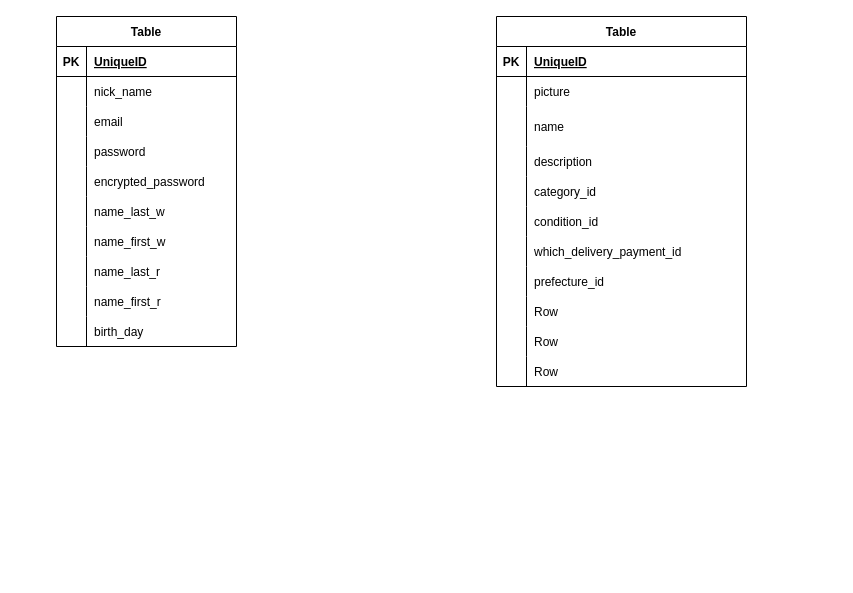
Before: data_setting.dio in Takenoko463/furima40517, a draw.io diagram. Source tidied: cells renumbered, new cells numbered last; positions are measured from the earlier drawing's top-left corner, leaving out a move shared by most shapes. Both pictures are drawn from the tidied source at 100%, with x=0, y=0 at pixel (56, 16).
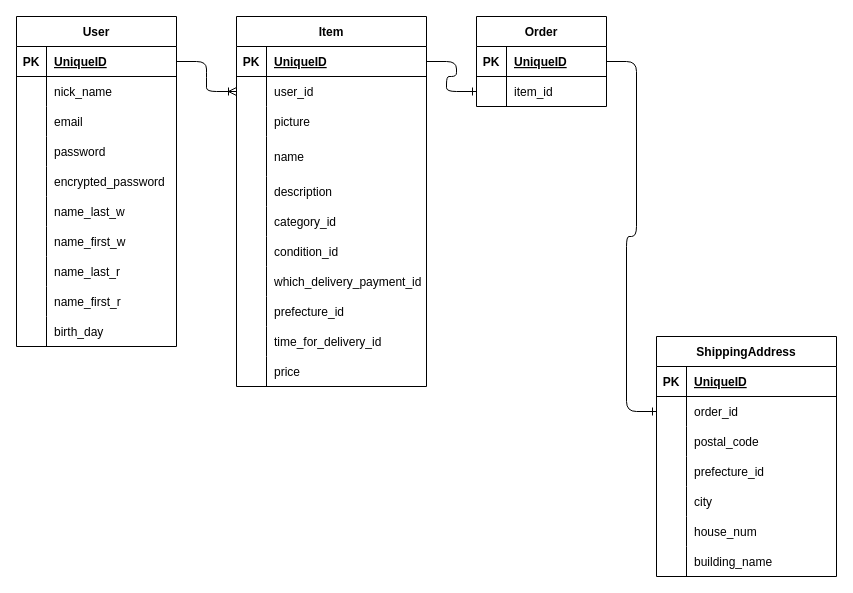
The same diagram, later.

Commit message (it also covers changes not shown here):
データの全体像を図示

The edit, as a diff of the source:
```diff
@@
-    <mxCell id="2" value="Table" style="shape=table;startSize=30;childLayout=tableLayout;rowLines=0;fontStyle=1;align=center;" parent="1" vertex="1">
-      <mxGeometry width="180" height="330" as="geometry" />
+    <mxCell id="2" value="User" style="shape=table;startSize=30;childLayout=tableLayout;rowLines=0;fontStyle=1;align=center;" parent="1" vertex="1">
+      <mxGeometry x="-40" width="160" height="330" as="geometry" />
     </mxCell>
     <mxCell id="3" style="shape=tableRow;horizontal=0;startSize=0;swimlaneHead=0;swimlaneBody=0;fillColor=none;points=[[0,0.5],[1,0.5]];portConstraint=eastwest;top=0;left=0;right=0;bottom=1;" parent="2" vertex="1">
-      <mxGeometry y="30" width="180" height="30" as="geometry" />
+      <mxGeometry y="30" width="160" height="30" as="geometry" />
     </mxCell>
@@
     <mxCell id="5" value="UniqueID" style="shape=partialRectangle;fillColor=none;top=0;left=0;bottom=0;right=0;align=left;spacingLeft=6;fontStyle=5;overflow=hidden;" parent="3" vertex="1">
-      <mxGeometry x="30" width="150" height="30" as="geometry" />
+      <mxGeometry x="30" width="130" height="30" as="geometry" />
     </mxCell>
     <mxCell id="6" style="shape=tableRow;horizontal=0;startSize=0;swimlaneHead=0;swimlaneBody=0;fillColor=none;top=0;left=0;right=0;bottom=0;" parent="2" vertex="1">
-      <mxGeometry y="60" width="180" height="30" as="geometry" />
+      <mxGeometry y="60" width="160" height="30" as="geometry" />
     </mxCell>
@@
     <mxCell id="8" value="nick_name" style="shape=partialRectangle;fillColor=none;top=0;left=0;bottom=0;right=0;align=left;spacingLeft=6;overflow=hidden;" parent="6" vertex="1">
-      <mxGeometry x="30" width="150" height="30" as="geometry" />
+      <mxGeometry x="30" width="130" height="30" as="geometry" />
     </mxCell>
     <mxCell id="9" style="shape=tableRow;horizontal=0;startSize=0;swimlaneHead=0;swimlaneBody=0;fillColor=none;top=0;left=0;right=0;bottom=0;" parent="2" vertex="1">
-      <mxGeometry y="90" width="180" height="30" as="geometry" />
+      <mxGeometry y="90" width="160" height="30" as="geometry" />
     </mxCell>
@@
     <mxCell id="11" value="email" style="shape=partialRectangle;fillColor=none;top=0;left=0;bottom=0;right=0;align=left;spacingLeft=6;overflow=hidden;" parent="9" vertex="1">
-      <mxGeometry x="30" width="150" height="30" as="geometry" />
+      <mxGeometry x="30" width="130" height="30" as="geometry" />
     </mxCell>
     <mxCell id="12" style="shape=tableRow;horizontal=0;startSize=0;swimlaneHead=0;swimlaneBody=0;fillColor=none;top=0;left=0;right=0;bottom=0;" parent="2" vertex="1">
-      <mxGeometry y="120" width="180" height="30" as="geometry" />
+      <mxGeometry y="120" width="160" height="30" as="geometry" />
     </mxCell>
@@
     <mxCell id="14" value="password" style="shape=partialRectangle;fillColor=none;top=0;left=0;bottom=0;right=0;align=left;spacingLeft=6;overflow=hidden;" parent="12" vertex="1">
-      <mxGeometry x="30" width="150" height="30" as="geometry" />
+      <mxGeometry x="30" width="130" height="30" as="geometry" />
     </mxCell>
     <mxCell id="15" style="shape=tableRow;horizontal=0;startSize=0;swimlaneHead=0;swimlaneBody=0;fillColor=none;top=0;left=0;right=0;bottom=0;" parent="2" vertex="1">
-      <mxGeometry y="150" width="180" height="30" as="geometry" />
+      <mxGeometry y="150" width="160" height="30" as="geometry" />
     </mxCell>
@@
     <mxCell id="17" value="encrypted_password" style="shape=partialRectangle;fillColor=none;top=0;left=0;bottom=0;right=0;align=left;spacingLeft=6;overflow=hidden;" parent="15" vertex="1">
-      <mxGeometry x="30" width="150" height="30" as="geometry" />
+      <mxGeometry x="30" width="130" height="30" as="geometry" />
     </mxCell>
     <mxCell id="18" style="shape=tableRow;horizontal=0;startSize=0;swimlaneHead=0;swimlaneBody=0;fillColor=none;top=0;left=0;right=0;bottom=0;" parent="2" vertex="1">
-      <mxGeometry y="180" width="180" height="30" as="geometry" />
+      <mxGeometry y="180" width="160" height="30" as="geometry" />
     </mxCell>
@@
     <mxCell id="20" value="name_last_w" style="shape=partialRectangle;fillColor=none;top=0;left=0;bottom=0;right=0;align=left;spacingLeft=6;overflow=hidden;" parent="18" vertex="1">
-      <mxGeometry x="30" width="150" height="30" as="geometry" />
+      <mxGeometry x="30" width="130" height="30" as="geometry" />
     </mxCell>
     <mxCell id="21" style="shape=tableRow;horizontal=0;startSize=0;swimlaneHead=0;swimlaneBody=0;fillColor=none;top=0;left=0;right=0;bottom=0;" parent="2" vertex="1">
-      <mxGeometry y="210" width="180" height="30" as="geometry" />
+      <mxGeometry y="210" width="160" height="30" as="geometry" />
     </mxCell>
@@
     <mxCell id="23" value="name_first_w" style="shape=partialRectangle;fillColor=none;top=0;left=0;bottom=0;right=0;align=left;spacingLeft=6;overflow=hidden;" parent="21" vertex="1">
-      <mxGeometry x="30" width="150" height="30" as="geometry" />
+      <mxGeometry x="30" width="130" height="30" as="geometry" />
     </mxCell>
     <mxCell id="24" style="shape=tableRow;horizontal=0;startSize=0;swimlaneHead=0;swimlaneBody=0;fillColor=none;top=0;left=0;right=0;bottom=0;" parent="2" vertex="1">
-      <mxGeometry y="240" width="180" height="30" as="geometry" />
+      <mxGeometry y="240" width="160" height="30" as="geometry" />
     </mxCell>
@@
     <mxCell id="26" value="name_last_r" style="shape=partialRectangle;fillColor=none;top=0;left=0;bottom=0;right=0;align=left;spacingLeft=6;overflow=hidden;" parent="24" vertex="1">
-      <mxGeometry x="30" width="150" height="30" as="geometry" />
+      <mxGeometry x="30" width="130" height="30" as="geometry" />
     </mxCell>
     <mxCell id="27" style="shape=tableRow;horizontal=0;startSize=0;swimlaneHead=0;swimlaneBody=0;fillColor=none;top=0;left=0;right=0;bottom=0;" parent="2" vertex="1">
-      <mxGeometry y="270" width="180" height="30" as="geometry" />
+      <mxGeometry y="270" width="160" height="30" as="geometry" />
     </mxCell>
@@
     <mxCell id="29" value="name_first_r" style="shape=partialRectangle;fillColor=none;top=0;left=0;bottom=0;right=0;align=left;spacingLeft=6;overflow=hidden;" parent="27" vertex="1">
-      <mxGeometry x="30" width="150" height="30" as="geometry" />
+      <mxGeometry x="30" width="130" height="30" as="geometry" />
     </mxCell>
     <mxCell id="30" style="shape=tableRow;horizontal=0;startSize=0;swimlaneHead=0;swimlaneBody=0;fillColor=none;top=0;left=0;right=0;bottom=0;" parent="2" vertex="1">
-      <mxGeometry y="300" width="180" height="30" as="geometry" />
+      <mxGeometry y="300" width="160" height="30" as="geometry" />
     </mxCell>
@@
     <mxCell id="32" value="birth_day" style="shape=partialRectangle;fillColor=none;top=0;left=0;bottom=0;right=0;align=left;spacingLeft=6;overflow=hidden;" parent="30" vertex="1">
-      <mxGeometry x="30" width="150" height="30" as="geometry" />
+      <mxGeometry x="30" width="130" height="30" as="geometry" />
     </mxCell>
-    <mxCell id="33" value="Table" style="shape=table;startSize=30;childLayout=tableLayout;rowLines=0;fontStyle=1;align=center;" parent="1" vertex="1">
-      <mxGeometry x="440" width="250" height="370" as="geometry" />
+    <mxCell id="33" value="Item" style="shape=table;startSize=30;childLayout=tableLayout;rowLines=0;fontStyle=1;align=center;" parent="1" vertex="1">
+      <mxGeometry x="180" width="190" height="370" as="geometry" />
     </mxCell>
     <mxCell id="34" style="shape=tableRow;horizontal=0;startSize=0;swimlaneHead=0;swimlaneBody=0;fillColor=none;points=[[0,0.5],[1,0.5]];portConstraint=eastwest;top=0;left=0;right=0;bottom=1;" parent="33" vertex="1">
-      <mxGeometry y="30" width="250" height="30" as="geometry" />
+      <mxGeometry y="30" width="190" height="30" as="geometry" />
     </mxCell>
@@
     <mxCell id="36" value="UniqueID" style="shape=partialRectangle;fillColor=none;top=0;left=0;bottom=0;right=0;align=left;spacingLeft=6;fontStyle=5;overflow=hidden;" parent="34" vertex="1">
-      <mxGeometry x="30" width="220" height="30" as="geometry" />
+      <mxGeometry x="30" width="160" height="30" as="geometry" />
     </mxCell>
+    <mxCell id="64" style="shape=tableRow;horizontal=0;startSize=0;swimlaneHead=0;swimlaneBody=0;fillColor=none;points=[[0,0.5],[1,0.5]];portConstraint=eastwest;top=0;left=0;right=0;bottom=0;" parent="33" vertex="1">
+      <mxGeometry y="60" width="190" height="30" as="geometry" />
+    </mxCell>
+    <mxCell id="65" style="shape=partialRectangle;fillColor=none;top=0;left=0;bottom=0;right=0;overflow=hidden;" parent="64" vertex="1">
+      <mxGeometry width="30" height="30" as="geometry" />
+    </mxCell>
+    <mxCell id="66" value="user_id" style="shape=partialRectangle;fillColor=none;top=0;left=0;bottom=0;right=0;align=left;spacingLeft=6;overflow=hidden;" parent="64" vertex="1">
+      <mxGeometry x="30" width="160" height="30" as="geometry" />
+    </mxCell>
     <mxCell id="37" style="shape=tableRow;horizontal=0;startSize=0;swimlaneHead=0;swimlaneBody=0;fillColor=none;top=0;left=0;right=0;bottom=0;" parent="33" vertex="1">
-      <mxGeometry y="60" width="250" height="30" as="geometry" />
+      <mxGeometry y="90" width="190" height="30" as="geometry" />
     </mxCell>
@@
     <mxCell id="39" value="picture" style="shape=partialRectangle;fillColor=none;top=0;left=0;bottom=0;right=0;align=left;spacingLeft=6;overflow=hidden;" parent="37" vertex="1">
-      <mxGeometry x="30" width="220" height="30" as="geometry" />
+      <mxGeometry x="30" width="160" height="30" as="geometry" />
     </mxCell>
     <mxCell id="40" style="shape=tableRow;horizontal=0;startSize=0;swimlaneHead=0;swimlaneBody=0;fillColor=none;top=0;left=0;right=0;bottom=0;" parent="33" vertex="1">
-      <mxGeometry y="90" width="250" height="40" as="geometry" />
+      <mxGeometry y="120" width="190" height="40" as="geometry" />
     </mxCell>
@@
     <mxCell id="42" value="name" style="shape=partialRectangle;fillColor=none;top=0;left=0;bottom=0;right=0;align=left;spacingLeft=6;overflow=hidden;" parent="40" vertex="1">
-      <mxGeometry x="30" width="220" height="40" as="geometry" />
+      <mxGeometry x="30" width="160" height="40" as="geometry" />
     </mxCell>
     <mxCell id="43" style="shape=tableRow;horizontal=0;startSize=0;swimlaneHead=0;swimlaneBody=0;fillColor=none;top=0;left=0;right=0;bottom=0;" parent="33" vertex="1">
-      <mxGeometry y="130" width="250" height="30" as="geometry" />
+      <mxGeometry y="160" width="190" height="30" as="geometry" />
     </mxCell>
@@
     <mxCell id="45" value="description" style="shape=partialRectangle;fillColor=none;top=0;left=0;bottom=0;right=0;align=left;spacingLeft=6;overflow=hidden;" parent="43" vertex="1">
-      <mxGeometry x="30" width="220" height="30" as="geometry" />
+      <mxGeometry x="30" width="160" height="30" as="geometry" />
     </mxCell>
     <mxCell id="46" style="shape=tableRow;horizontal=0;startSize=0;swimlaneHead=0;swimlaneBody=0;fillColor=none;top=0;left=0;right=0;bottom=0;" parent="33" vertex="1">
-      <mxGeometry y="160" width="250" height="30" as="geometry" />
+      <mxGeometry y="190" width="190" height="30" as="geometry" />
     </mxCell>
@@
     <mxCell id="48" value="category_id" style="shape=partialRectangle;fillColor=none;top=0;left=0;bottom=0;right=0;align=left;spacingLeft=6;overflow=hidden;" parent="46" vertex="1">
-      <mxGeometry x="30" width="220" height="30" as="geometry" />
+      <mxGeometry x="30" width="160" height="30" as="geometry" />
     </mxCell>
     <mxCell id="49" style="shape=tableRow;horizontal=0;startSize=0;swimlaneHead=0;swimlaneBody=0;fillColor=none;top=0;left=0;right=0;bottom=0;" parent="33" vertex="1">
-      <mxGeometry y="190" width="250" height="30" as="geometry" />
+      <mxGeometry y="220" width="190" height="30" as="geometry" />
     </mxCell>
@@
     <mxCell id="51" value="condition_id" style="shape=partialRectangle;fillColor=none;top=0;left=0;bottom=0;right=0;align=left;spacingLeft=6;overflow=hidden;" parent="49" vertex="1">
-      <mxGeometry x="30" width="220" height="30" as="geometry" />
+      <mxGeometry x="30" width="160" height="30" as="geometry" />
     </mxCell>
     <mxCell id="52" style="shape=tableRow;horizontal=0;startSize=0;swimlaneHead=0;swimlaneBody=0;fillColor=none;top=0;left=0;right=0;bottom=0;" parent="33" vertex="1">
-      <mxGeometry y="220" width="250" height="30" as="geometry" />
+      <mxGeometry y="250" width="190" height="30" as="geometry" />
     </mxCell>
@@
     <mxCell id="54" value="which_delivery_payment_id" style="shape=partialRectangle;fillColor=none;top=0;left=0;bottom=0;right=0;align=left;spacingLeft=6;overflow=hidden;" parent="52" vertex="1">
-      <mxGeometry x="30" width="220" height="30" as="geometry" />
+      <mxGeometry x="30" width="160" height="30" as="geometry" />
     </mxCell>
     <mxCell id="55" style="shape=tableRow;horizontal=0;startSize=0;swimlaneHead=0;swimlaneBody=0;fillColor=none;top=0;left=0;right=0;bottom=0;" parent="33" vertex="1">
-      <mxGeometry y="250" width="250" height="30" as="geometry" />
+      <mxGeometry y="280" width="190" height="30" as="geometry" />
     </mxCell>
@@
     <mxCell id="57" value="prefecture_id" style="shape=partialRectangle;fillColor=none;top=0;left=0;bottom=0;right=0;align=left;spacingLeft=6;overflow=hidden;" parent="55" vertex="1">
-      <mxGeometry x="30" width="220" height="30" as="geometry" />
+      <mxGeometry x="30" width="160" height="30" as="geometry" />
     </mxCell>
     <mxCell id="58" style="shape=tableRow;horizontal=0;startSize=0;swimlaneHead=0;swimlaneBody=0;fillColor=none;top=0;left=0;right=0;bottom=0;" parent="33" vertex="1">
-      <mxGeometry y="280" width="250" height="30" as="geometry" />
+      <mxGeometry y="310" width="190" height="30" as="geometry" />
     </mxCell>
@@
-    <mxCell id="60" value="Row" style="shape=partialRectangle;fillColor=none;top=0;left=0;bottom=0;right=0;align=left;spacingLeft=6;overflow=hidden;" parent="58" vertex="1">
-      <mxGeometry x="30" width="220" height="30" as="geometry" />
+    <mxCell id="60" value="time_for_delivery_id" style="shape=partialRectangle;fillColor=none;top=0;left=0;bottom=0;right=0;align=left;spacingLeft=6;overflow=hidden;" parent="58" vertex="1">
+      <mxGeometry x="30" width="160" height="30" as="geometry" />
     </mxCell>
     <mxCell id="61" style="shape=tableRow;horizontal=0;startSize=0;swimlaneHead=0;swimlaneBody=0;fillColor=none;top=0;left=0;right=0;bottom=0;" parent="33" vertex="1">
-      <mxGeometry y="310" width="250" height="30" as="geometry" />
+      <mxGeometry y="340" width="190" height="30" as="geometry" />
     </mxCell>
@@
-    <mxCell id="63" value="Row" style="shape=partialRectangle;fillColor=none;top=0;left=0;bottom=0;right=0;align=left;spacingLeft=6;overflow=hidden;" parent="61" vertex="1">
-      <mxGeometry x="30" width="220" height="30" as="geometry" />
+    <mxCell id="63" value="price" style="shape=partialRectangle;fillColor=none;top=0;left=0;bottom=0;right=0;align=left;spacingLeft=6;overflow=hidden;" parent="61" vertex="1">
+      <mxGeometry x="30" width="160" height="30" as="geometry" />
     </mxCell>
-    <mxCell id="64" style="shape=tableRow;horizontal=0;startSize=0;swimlaneHead=0;swimlaneBody=0;fillColor=none;points=[[0,0.5],[1,0.5]];portConstraint=eastwest;top=0;left=0;right=0;bottom=0;" parent="33" vertex="1">
-      <mxGeometry y="340" width="250" height="30" as="geometry" />
-    </mxCell>
-    <mxCell id="65" style="shape=partialRectangle;fillColor=none;top=0;left=0;bottom=0;right=0;overflow=hidden;" parent="64" vertex="1">
-      <mxGeometry width="30" height="30" as="geometry" />
-    </mxCell>
-    <mxCell id="66" value="Row" style="shape=partialRectangle;fillColor=none;top=0;left=0;bottom=0;right=0;align=left;spacingLeft=6;overflow=hidden;" parent="64" vertex="1">
-      <mxGeometry x="30" width="220" height="30" as="geometry" />
-    </mxCell>
+    <mxCell id="67" value="Order" style="shape=table;startSize=30;childLayout=tableLayout;rowLines=0;fontStyle=1;align=center;" parent="1" vertex="1">
+      <mxGeometry x="420" width="130" height="90" as="geometry" />
+    </mxCell>
+    <mxCell id="68" style="shape=tableRow;horizontal=0;startSize=0;swimlaneHead=0;swimlaneBody=0;fillColor=none;points=[[0,0.5],[1,0.5]];portConstraint=eastwest;top=0;left=0;right=0;bottom=1;" parent="67" vertex="1">
+      <mxGeometry y="30" width="130" height="30" as="geometry" />
+    </mxCell>
+    <mxCell id="69" value="PK" style="shape=partialRectangle;fillColor=none;top=0;left=0;bottom=0;right=0;fontStyle=1;overflow=hidden;" parent="68" vertex="1">
+      <mxGeometry width="30" height="30" as="geometry" />
+    </mxCell>
+    <mxCell id="70" value="UniqueID" style="shape=partialRectangle;fillColor=none;top=0;left=0;bottom=0;right=0;align=left;spacingLeft=6;fontStyle=5;overflow=hidden;" parent="68" vertex="1">
+      <mxGeometry x="30" width="100" height="30" as="geometry" />
+    </mxCell>
+    <mxCell id="71" style="shape=tableRow;horizontal=0;startSize=0;swimlaneHead=0;swimlaneBody=0;fillColor=none;points=[[0,0.5],[1,0.5]];portConstraint=eastwest;top=0;left=0;right=0;bottom=0;" parent="67" vertex="1">
+      <mxGeometry y="60" width="130" height="30" as="geometry" />
+    </mxCell>
+    <mxCell id="72" style="shape=partialRectangle;fillColor=none;top=0;left=0;bottom=0;right=0;overflow=hidden;" parent="71" vertex="1">
+      <mxGeometry width="30" height="30" as="geometry" />
+    </mxCell>
+    <mxCell id="73" value="item_id" style="shape=partialRectangle;fillColor=none;top=0;left=0;bottom=0;right=0;align=left;spacingLeft=6;overflow=hidden;" parent="71" vertex="1">
+      <mxGeometry x="30" width="100" height="30" as="geometry" />
+    </mxCell>
+    <mxCell id="74" value="ShippingAddress" style="shape=table;startSize=30;childLayout=tableLayout;rowLines=0;fontStyle=1;align=center;" parent="1" vertex="1">
+      <mxGeometry x="600" y="320" width="180" height="240" as="geometry" />
+    </mxCell>
+    <mxCell id="75" style="shape=tableRow;horizontal=0;startSize=0;swimlaneHead=0;swimlaneBody=0;fillColor=none;top=0;left=0;right=0;bottom=1;" parent="74" vertex="1">
+      <mxGeometry y="30" width="180" height="30" as="geometry" />
+    </mxCell>
+    <mxCell id="76" value="PK" style="shape=partialRectangle;fillColor=none;top=0;left=0;bottom=0;right=0;fontStyle=1;overflow=hidden;" parent="75" vertex="1">
+      <mxGeometry width="30" height="30" as="geometry" />
+    </mxCell>
+    <mxCell id="77" value="UniqueID" style="shape=partialRectangle;fillColor=none;top=0;left=0;bottom=0;right=0;align=left;spacingLeft=6;fontStyle=5;overflow=hidden;" parent="75" vertex="1">
+      <mxGeometry x="30" width="150" height="30" as="geometry" />
+    </mxCell>
+    <mxCell id="78" style="shape=tableRow;horizontal=0;startSize=0;swimlaneHead=0;swimlaneBody=0;fillColor=none;points=[[0,0.5],[1,0.5]];portConstraint=eastwest;top=0;left=0;right=0;bottom=0;" parent="74" vertex="1">
+      <mxGeometry y="60" width="180" height="30" as="geometry" />
+    </mxCell>
+    <mxCell id="79" style="shape=partialRectangle;fillColor=none;top=0;left=0;bottom=0;right=0;overflow=hidden;" parent="78" vertex="1">
+      <mxGeometry width="30" height="30" as="geometry" />
+    </mxCell>
+    <mxCell id="80" value="order_id" style="shape=partialRectangle;fillColor=none;top=0;left=0;bottom=0;right=0;align=left;spacingLeft=6;overflow=hidden;" parent="78" vertex="1">
+      <mxGeometry x="30" width="150" height="30" as="geometry" />
+    </mxCell>
+    <mxCell id="81" style="shape=tableRow;horizontal=0;startSize=0;swimlaneHead=0;swimlaneBody=0;fillColor=none;top=0;left=0;right=0;bottom=0;" parent="74" vertex="1">
+      <mxGeometry y="90" width="180" height="30" as="geometry" />
+    </mxCell>
+    <mxCell id="82" style="shape=partialRectangle;fillColor=none;top=0;left=0;bottom=0;right=0;overflow=hidden;" parent="81" vertex="1">
+      <mxGeometry width="30" height="30" as="geometry" />
+    </mxCell>
+    <mxCell id="83" value="postal_code" style="shape=partialRectangle;fillColor=none;top=0;left=0;bottom=0;right=0;align=left;spacingLeft=6;overflow=hidden;" parent="81" vertex="1">
+      <mxGeometry x="30" width="150" height="30" as="geometry" />
+    </mxCell>
+    <mxCell id="84" style="shape=tableRow;horizontal=0;startSize=0;swimlaneHead=0;swimlaneBody=0;fillColor=none;top=0;left=0;right=0;bottom=0;" parent="74" vertex="1">
+      <mxGeometry y="120" width="180" height="30" as="geometry" />
+    </mxCell>
+    <mxCell id="85" style="shape=partialRectangle;fillColor=none;top=0;left=0;bottom=0;right=0;overflow=hidden;" parent="84" vertex="1">
+      <mxGeometry width="30" height="30" as="geometry" />
+    </mxCell>
+    <mxCell id="86" value="prefecture_id" style="shape=partialRectangle;fillColor=none;top=0;left=0;bottom=0;right=0;align=left;spacingLeft=6;overflow=hidden;" parent="84" vertex="1">
+      <mxGeometry x="30" width="150" height="30" as="geometry" />
+    </mxCell>
+    <mxCell id="87" style="shape=tableRow;horizontal=0;startSize=0;swimlaneHead=0;swimlaneBody=0;fillColor=none;top=0;left=0;right=0;bottom=0;" parent="74" vertex="1">
+      <mxGeometry y="150" width="180" height="30" as="geometry" />
+    </mxCell>
+    <mxCell id="88" style="shape=partialRectangle;fillColor=none;top=0;left=0;bottom=0;right=0;overflow=hidden;" parent="87" vertex="1">
+      <mxGeometry width="30" height="30" as="geometry" />
+    </mxCell>
+    <mxCell id="89" value="city" style="shape=partialRectangle;fillColor=none;top=0;left=0;bottom=0;right=0;align=left;spacingLeft=6;overflow=hidden;" parent="87" vertex="1">
+      <mxGeometry x="30" width="150" height="30" as="geometry" />
+    </mxCell>
+    <mxCell id="90" style="shape=tableRow;horizontal=0;startSize=0;swimlaneHead=0;swimlaneBody=0;fillColor=none;top=0;left=0;right=0;bottom=0;" parent="74" vertex="1">
+      <mxGeometry y="180" width="180" height="30" as="geometry" />
+    </mxCell>
+    <mxCell id="91" style="shape=partialRectangle;fillColor=none;top=0;left=0;bottom=0;right=0;overflow=hidden;" parent="90" vertex="1">
+      <mxGeometry width="30" height="30" as="geometry" />
+    </mxCell>
+    <mxCell id="92" value="house_num" style="shape=partialRectangle;fillColor=none;top=0;left=0;bottom=0;right=0;align=left;spacingLeft=6;overflow=hidden;" parent="90" vertex="1">
+      <mxGeometry x="30" width="150" height="30" as="geometry" />
+    </mxCell>
+    <mxCell id="93" style="shape=tableRow;horizontal=0;startSize=0;swimlaneHead=0;swimlaneBody=0;fillColor=none;top=0;left=0;right=0;bottom=0;" parent="74" vertex="1">
+      <mxGeometry y="210" width="180" height="30" as="geometry" />
+    </mxCell>
+    <mxCell id="94" style="shape=partialRectangle;fillColor=none;top=0;left=0;bottom=0;right=0;overflow=hidden;" parent="93" vertex="1">
+      <mxGeometry width="30" height="30" as="geometry" />
+    </mxCell>
+    <mxCell id="95" value="building_name" style="shape=partialRectangle;fillColor=none;top=0;left=0;bottom=0;right=0;align=left;spacingLeft=6;overflow=hidden;" parent="93" vertex="1">
+      <mxGeometry x="30" width="150" height="30" as="geometry" />
+    </mxCell>
+    <mxCell id="96" style="edgeStyle=entityRelationEdgeStyle;fontSize=12;html=1;endArrow=ERoneToMany;exitX=1;exitY=0.5;exitDx=0;exitDy=0;entryX=0;entryY=0.5;entryDx=0;entryDy=0;" parent="1" edge="1" source="3" target="64">
+      <mxGeometry relative="1" as="geometry" />
+    </mxCell>
+    <mxCell id="97" style="edgeStyle=entityRelationEdgeStyle;fontSize=12;html=1;endArrow=ERone;endFill=1;entryX=0;entryY=0.5;entryDx=0;entryDy=0;exitX=1;exitY=0.5;exitDx=0;exitDy=0;" parent="1" edge="1" source="34" target="71">
+      <mxGeometry relative="1" as="geometry" />
+    </mxCell>
+    <mxCell id="98" style="edgeStyle=entityRelationEdgeStyle;fontSize=12;html=1;endArrow=ERone;endFill=1;entryX=0;entryY=0.5;entryDx=0;entryDy=0;exitX=1;exitY=0.5;exitDx=0;exitDy=0;" parent="1" edge="1" source="68" target="78">
+      <mxGeometry relative="1" as="geometry" />
+    </mxCell>
```
